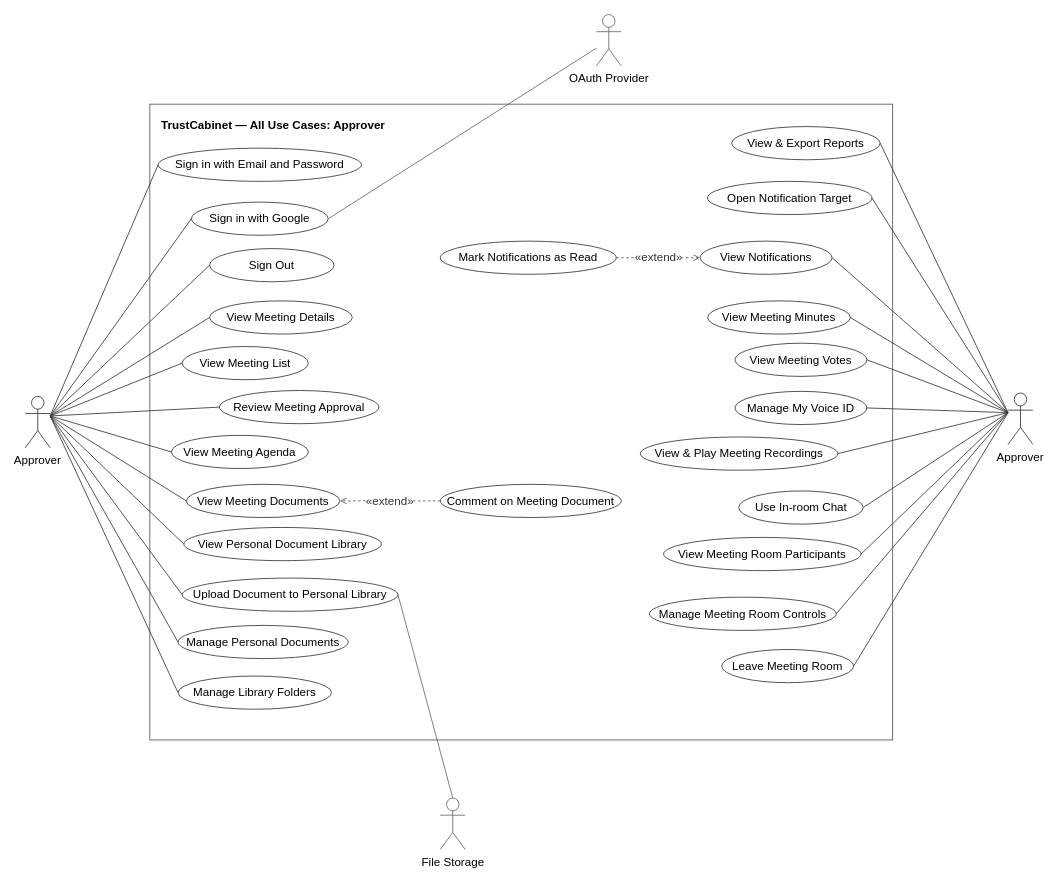
Above: page "Approver" (3 of 7) of docs/14-uc-diagram/trustcabinet-use-cases.drawio in callmehai/FU-FA26-G116 (draw.io), before the change. Source tidied: cells renumbered, new cells numbered last; positions are measured from the earlier drawing's top-left corner, leaving out a move shared by most shapes. Both pictures are drawn from the tidied source at 83%, with x=0, y=0 at pixel (25, 14).
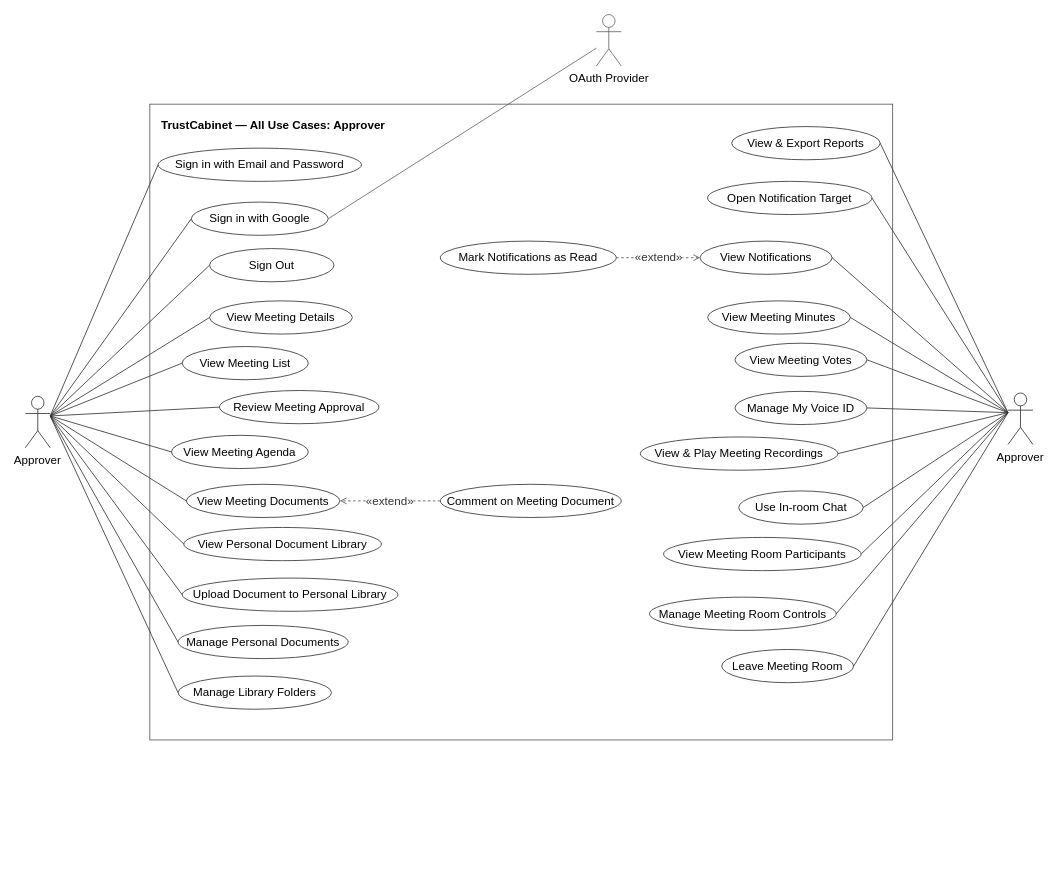
After the change.

Unchanged cells that the change refers to:
```xml
<mxCell id="25" value="Upload Document to Personal Library" style="ellipse;whiteSpace=wrap;html=1;align=center;verticalAlign=middle;fontSize=14;strokeColor=#333333;fillColor=#ffffff;" parent="1" vertex="1">
  <mxGeometry x="189" y="679" width="260" height="40" as="geometry" />
</mxCell>
```

Change to the diagram source:
```diff
@@
-    <mxCell id="31" value="File Storage" style="shape=umlActor;verticalLabelPosition=bottom;verticalAlign=top;html=1;outlineConnect=0;fillColor=#ffffff;strokeColor=#666666;fontSize=14;" parent="1" vertex="1">
-      <mxGeometry x="500" y="944" width="30" height="62" as="geometry" />
-    </mxCell>
@@
-    <mxCell id="33" style="rounded=0;strokeColor=#666666;html=1;strokeWidth=1;endArrow=none;startArrow=none;exitX=1;exitY=0.5;exitDx=0;exitDy=0;entryX=0.5;entryY=0;entryDx=0;entryDy=0;" parent="1" edge="1" source="25" target="31">
-      <mxGeometry relative="1" as="geometry" />
-    </mxCell>
```
